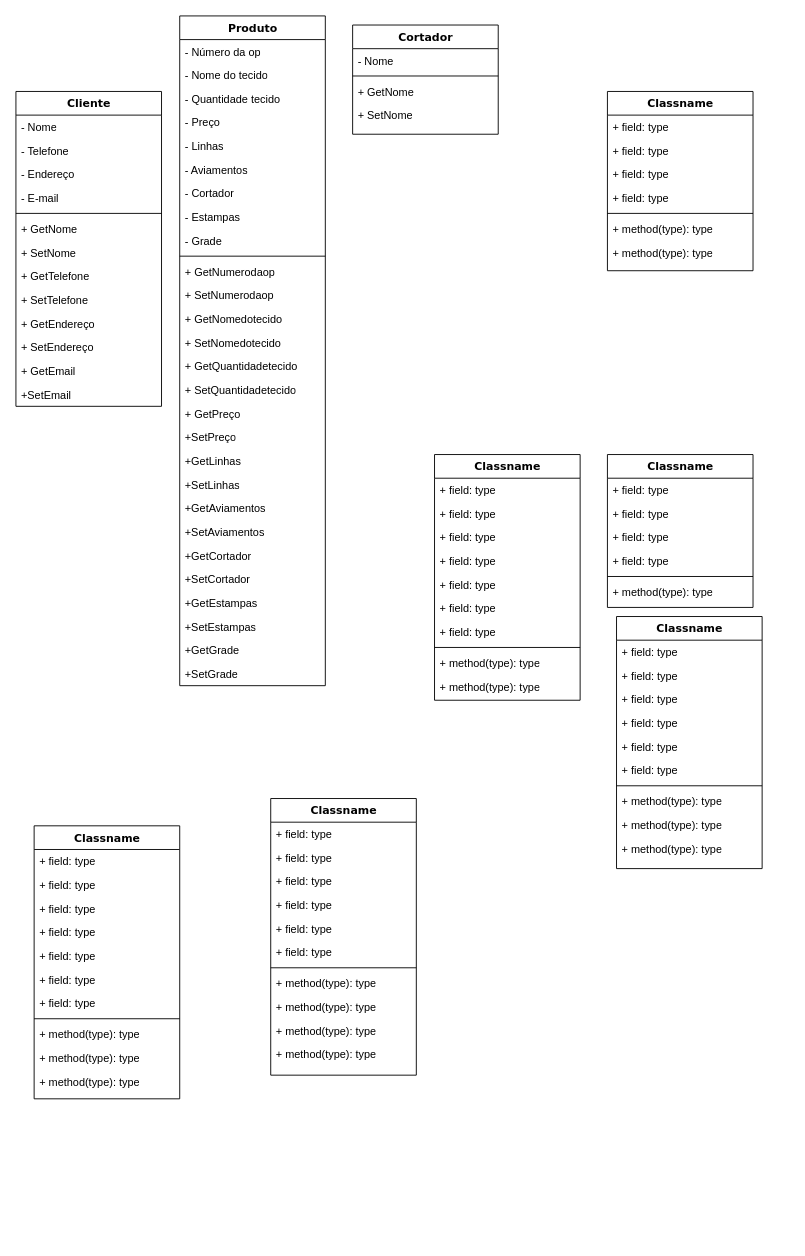
This is Diagramadeclasse.drawio from kmarmc/Doc, a draw.io file, before an edit. Source tidied: cells renumbered, new cells numbered last; positions are measured from the earlier drawing's top-left corner, leaving out a move shared by most shapes. Both pictures are drawn from the tidied source at 91%, with x=0, y=0 at pixel (15, 15).
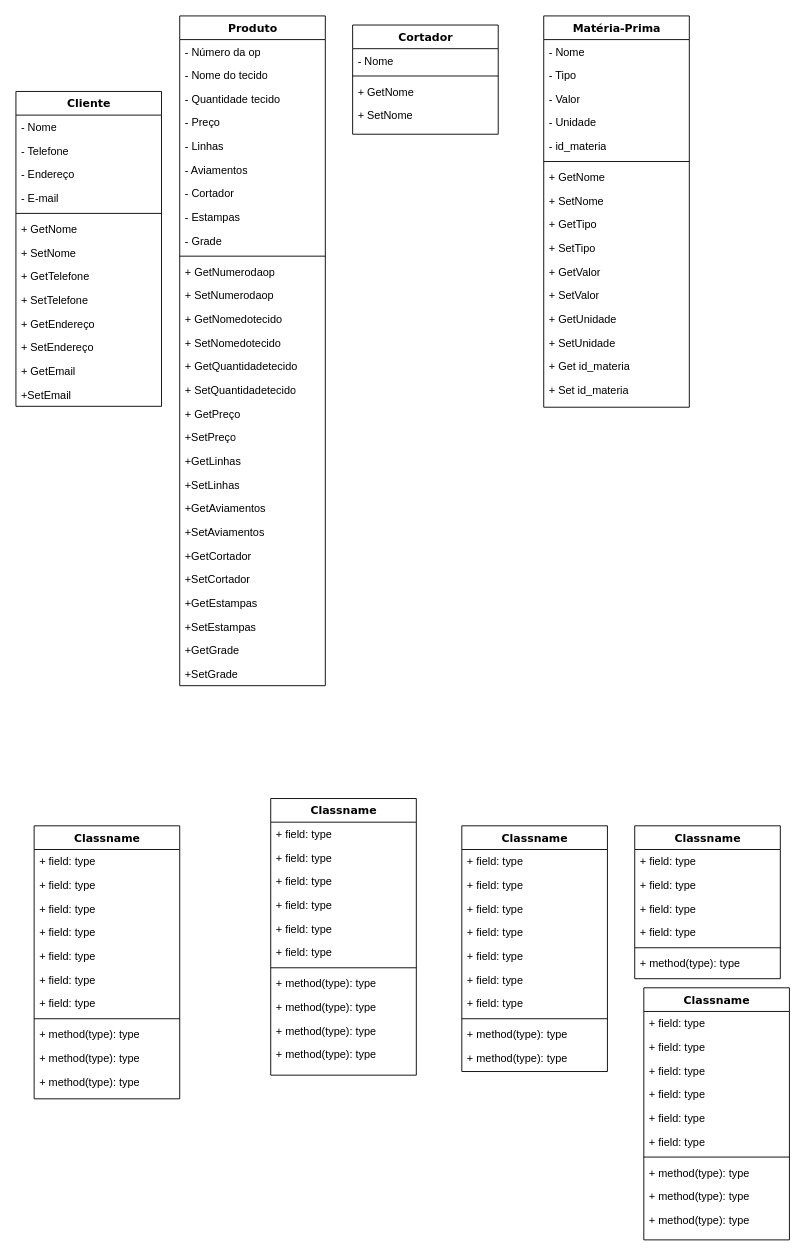
The same page after the edit.

Change to the diagram source:
```diff
@@
     <mxCell id="16" value="Classname" style="swimlane;html=1;fontStyle=1;align=center;verticalAlign=top;horizontal=1;startSize=26;swimlaneFillColor=#ffffff;rounded=0;shadow=0;comic=0;labelBackgroundColor=none;strokeWidth=1;fillColor=none;fontFamily=Verdana;fontSize=12;" parent="1" vertex="1">
-      <mxGeometry x="660" y="660" width="160" height="277" as="geometry" />
+      <mxGeometry x="690" y="1068" width="160" height="277" as="geometry" />
     </mxCell>
@@
-    <mxCell id="27" value="Classname" style="swimlane;html=1;fontStyle=1;align=center;verticalAlign=top;horizontal=1;startSize=26;swimlaneFillColor=#ffffff;rounded=0;shadow=0;comic=0;labelBackgroundColor=none;strokeWidth=1;fillColor=none;fontFamily=Verdana;fontSize=12;" parent="1" vertex="1">
-      <mxGeometry x="650" y="83" width="160" height="197" as="geometry" />
+    <mxCell id="27" value="Matéria-Prima" style="swimlane;html=1;fontStyle=1;align=center;verticalAlign=top;horizontal=1;startSize=26;swimlaneFillColor=#ffffff;rounded=0;shadow=0;comic=0;labelBackgroundColor=none;strokeWidth=1;fillColor=none;fontFamily=Verdana;fontSize=12;" parent="1" vertex="1">
+      <mxGeometry x="580" width="160" height="430" as="geometry" />
     </mxCell>
-    <mxCell id="28" value="+ field: type" style="text;html=1;strokeColor=none;fillColor=none;align=left;verticalAlign=top;spacingLeft=4;spacingRight=4;whiteSpace=wrap;overflow=hidden;" parent="27" vertex="1">
+    <mxCell id="28" value="- Nome" style="text;html=1;strokeColor=none;fillColor=none;align=left;verticalAlign=top;spacingLeft=4;spacingRight=4;whiteSpace=wrap;overflow=hidden;" parent="27" vertex="1">
       <mxGeometry y="26" width="160" height="26" as="geometry" />
     </mxCell>
-    <mxCell id="29" value="+ field: type" style="text;html=1;strokeColor=none;fillColor=none;align=left;verticalAlign=top;spacingLeft=4;spacingRight=4;whiteSpace=wrap;overflow=hidden;" parent="27" vertex="1">
+    <mxCell id="29" value="- Tipo&amp;nbsp;" style="text;html=1;strokeColor=none;fillColor=none;align=left;verticalAlign=top;spacingLeft=4;spacingRight=4;whiteSpace=wrap;overflow=hidden;" parent="27" vertex="1">
       <mxGeometry y="52" width="160" height="26" as="geometry" />
     </mxCell>
-    <mxCell id="30" value="+ field: type" style="text;html=1;strokeColor=none;fillColor=none;align=left;verticalAlign=top;spacingLeft=4;spacingRight=4;whiteSpace=wrap;overflow=hidden;" parent="27" vertex="1">
+    <mxCell id="30" value="- Valor" style="text;html=1;strokeColor=none;fillColor=none;align=left;verticalAlign=top;spacingLeft=4;spacingRight=4;whiteSpace=wrap;overflow=hidden;" parent="27" vertex="1">
       <mxGeometry y="78" width="160" height="26" as="geometry" />
     </mxCell>
-    <mxCell id="31" value="+ field: type" style="text;html=1;strokeColor=none;fillColor=none;align=left;verticalAlign=top;spacingLeft=4;spacingRight=4;whiteSpace=wrap;overflow=hidden;" parent="27" vertex="1">
+    <mxCell id="31" value="- Unidade" style="text;html=1;strokeColor=none;fillColor=none;align=left;verticalAlign=top;spacingLeft=4;spacingRight=4;whiteSpace=wrap;overflow=hidden;" parent="27" vertex="1">
       <mxGeometry y="104" width="160" height="26" as="geometry" />
     </mxCell>
+    <mxCell id="111" value="- id_materia" style="text;html=1;strokeColor=none;fillColor=none;align=left;verticalAlign=top;spacingLeft=4;spacingRight=4;whiteSpace=wrap;overflow=hidden;" parent="27" vertex="1">
+      <mxGeometry y="130" width="160" height="26" as="geometry" />
+    </mxCell>
     <mxCell id="32" style="line;html=1;strokeWidth=1;fillColor=none;align=left;verticalAlign=middle;spacingTop=-1;spacingLeft=3;spacingRight=3;labelPosition=right;" parent="27" vertex="1">
-      <mxGeometry y="130" width="160" height="8" as="geometry" />
+      <mxGeometry y="156" width="160" height="8" as="geometry" />
     </mxCell>
-    <mxCell id="33" value="+ method(type): type" style="text;html=1;strokeColor=none;fillColor=none;align=left;verticalAlign=top;spacingLeft=4;spacingRight=4;whiteSpace=wrap;overflow=hidden;" parent="27" vertex="1">
-      <mxGeometry y="138" width="160" height="26" as="geometry" />
+    <mxCell id="33" value="+ GetNome" style="text;html=1;strokeColor=none;fillColor=none;align=left;verticalAlign=top;spacingLeft=4;spacingRight=4;whiteSpace=wrap;overflow=hidden;" parent="27" vertex="1">
+      <mxGeometry y="164" width="160" height="26" as="geometry" />
     </mxCell>
-    <mxCell id="34" value="+ method(type): type" style="text;html=1;strokeColor=none;fillColor=none;align=left;verticalAlign=top;spacingLeft=4;spacingRight=4;whiteSpace=wrap;overflow=hidden;" parent="27" vertex="1">
-      <mxGeometry y="164" width="160" height="26" as="geometry" />
+    <mxCell id="34" value="+ SetNome" style="text;html=1;strokeColor=none;fillColor=none;align=left;verticalAlign=top;spacingLeft=4;spacingRight=4;whiteSpace=wrap;overflow=hidden;" parent="27" vertex="1">
+      <mxGeometry y="190" width="160" height="26" as="geometry" />
     </mxCell>
+    <mxCell id="112" value="+ GetTipo" style="text;html=1;strokeColor=none;fillColor=none;align=left;verticalAlign=top;spacingLeft=4;spacingRight=4;whiteSpace=wrap;overflow=hidden;" parent="27" vertex="1">
+      <mxGeometry y="216" width="160" height="26" as="geometry" />
+    </mxCell>
+    <mxCell id="113" value="+ SetTipo" style="text;html=1;strokeColor=none;fillColor=none;align=left;verticalAlign=top;spacingLeft=4;spacingRight=4;whiteSpace=wrap;overflow=hidden;" parent="27" vertex="1">
+      <mxGeometry y="242" width="160" height="26" as="geometry" />
+    </mxCell>
+    <mxCell id="114" value="+ GetValor" style="text;html=1;strokeColor=none;fillColor=none;align=left;verticalAlign=top;spacingLeft=4;spacingRight=4;whiteSpace=wrap;overflow=hidden;" parent="27" vertex="1">
+      <mxGeometry y="268" width="160" height="26" as="geometry" />
+    </mxCell>
+    <mxCell id="115" value="+ SetValor" style="text;html=1;strokeColor=none;fillColor=none;align=left;verticalAlign=top;spacingLeft=4;spacingRight=4;whiteSpace=wrap;overflow=hidden;" parent="27" vertex="1">
+      <mxGeometry y="294" width="160" height="26" as="geometry" />
+    </mxCell>
+    <mxCell id="116" value="+ GetUnidade" style="text;html=1;strokeColor=none;fillColor=none;align=left;verticalAlign=top;spacingLeft=4;spacingRight=4;whiteSpace=wrap;overflow=hidden;" parent="27" vertex="1">
+      <mxGeometry y="320" width="160" height="26" as="geometry" />
+    </mxCell>
+    <mxCell id="117" value="+ SetUnidade" style="text;html=1;strokeColor=none;fillColor=none;align=left;verticalAlign=top;spacingLeft=4;spacingRight=4;whiteSpace=wrap;overflow=hidden;" parent="27" vertex="1">
+      <mxGeometry y="346" width="160" height="26" as="geometry" />
+    </mxCell>
+    <mxCell id="118" value="+ Get id_materia" style="text;html=1;strokeColor=none;fillColor=none;align=left;verticalAlign=top;spacingLeft=4;spacingRight=4;whiteSpace=wrap;overflow=hidden;" parent="27" vertex="1">
+      <mxGeometry y="372" width="160" height="26" as="geometry" />
+    </mxCell>
+    <mxCell id="119" value="+ Set id_materia" style="text;html=1;strokeColor=none;fillColor=none;align=left;verticalAlign=top;spacingLeft=4;spacingRight=4;whiteSpace=wrap;overflow=hidden;" parent="27" vertex="1">
+      <mxGeometry y="398" width="160" height="26" as="geometry" />
+    </mxCell>
@@
     <mxCell id="59" value="Classname" style="swimlane;html=1;fontStyle=1;align=center;verticalAlign=top;horizontal=1;startSize=26;swimlaneFillColor=#ffffff;rounded=0;shadow=0;comic=0;labelBackgroundColor=none;strokeWidth=1;fillColor=none;fontFamily=Verdana;fontSize=12;" parent="1" vertex="1">
-      <mxGeometry x="460" y="482" width="160" height="270" as="geometry" />
+      <mxGeometry x="490" y="890" width="160" height="270" as="geometry" />
     </mxCell>
@@
     <mxCell id="70" value="Classname" style="swimlane;html=1;fontStyle=1;align=center;verticalAlign=top;horizontal=1;startSize=26;swimlaneFillColor=#ffffff;rounded=0;shadow=0;comic=0;labelBackgroundColor=none;strokeWidth=1;fillColor=none;fontFamily=Verdana;fontSize=12;" parent="1" vertex="1">
-      <mxGeometry x="650" y="482" width="160" height="168" as="geometry" />
+      <mxGeometry x="680" y="890" width="160" height="168" as="geometry" />
     </mxCell>
```
